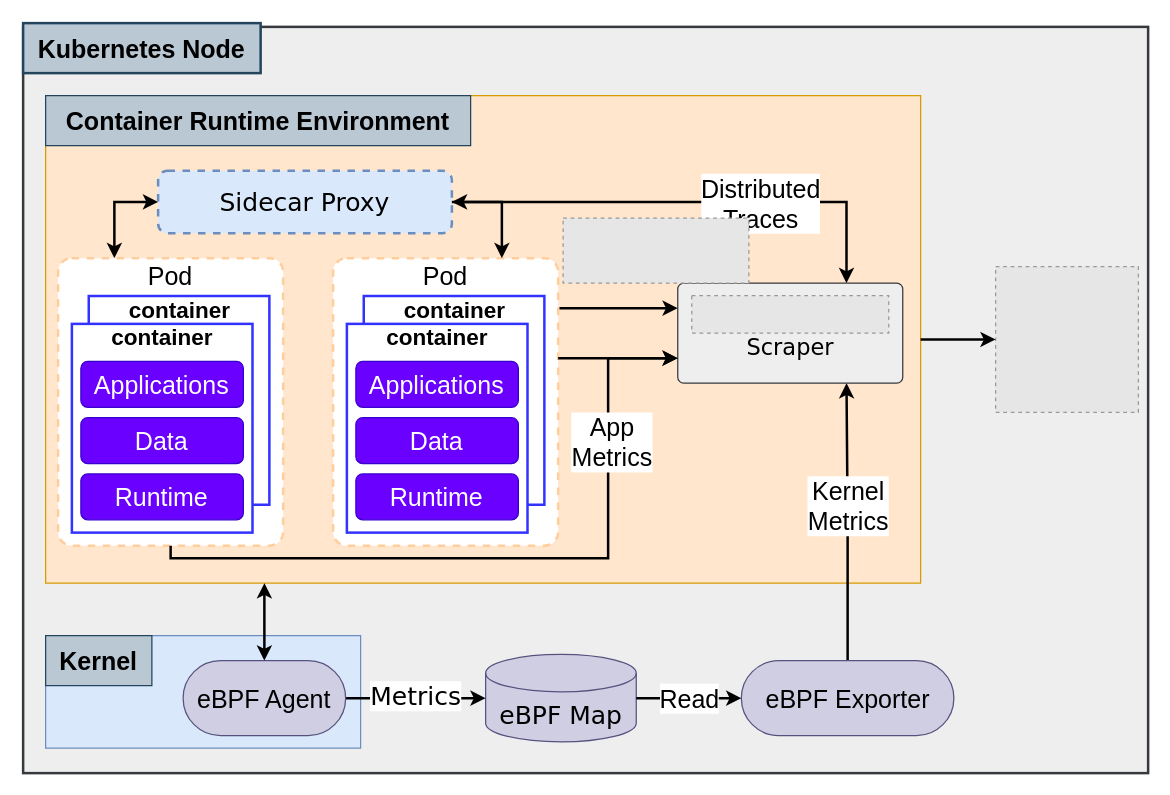
The draw.io diagram eBPF1_2023_IEEE_Globecom.drawio in deepaknadig/draw.io, before the edit. Source tidied: cells renumbered, new cells numbered last; positions are measured from the earlier drawing's top-left corner, leaving out a move shared by most shapes. Both pictures are drawn from the tidied source at 125%, with x=0, y=0 at pixel (22, 22). Pictures stored in the file or linked from it are replaced by grey dashed boxes.
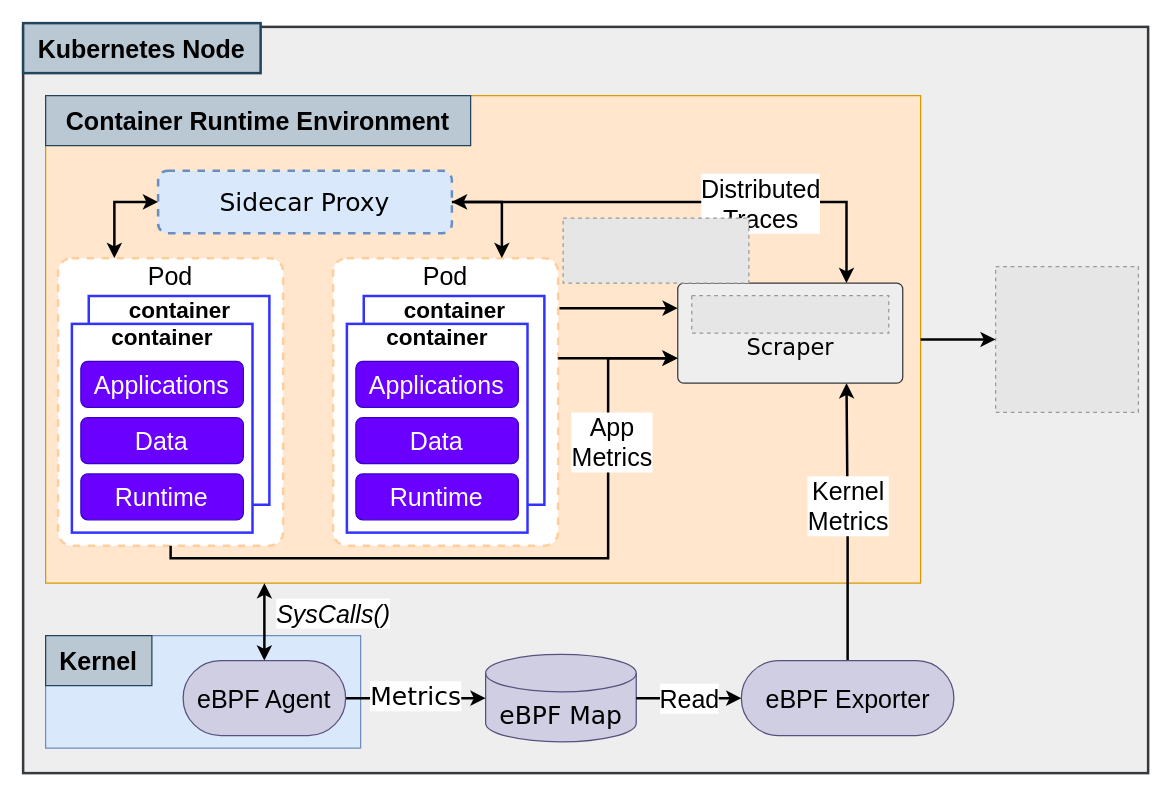
The same page after the edit.

Unchanged cells that the change refers to:
```xml
<mxCell id="46" style="edgeStyle=orthogonalEdgeStyle;rounded=0;jettySize=auto;html=1;exitX=0.5;exitY=0;exitDx=0;exitDy=0;entryX=0.25;entryY=1;entryDx=0;entryDy=0;strokeWidth=2;startArrow=classic;startFill=1;" parent="2" edge="1" source="15" target="4">
  <mxGeometry relative="1" as="geometry" />
</mxCell>
```

The edit, as a diff of the source:
```diff
@@
+    <mxCell id="48" value="&lt;i&gt;&lt;font style=&quot;font-size: 20px;&quot;&gt;SysCalls()&lt;/font&gt;&lt;/i&gt;" style="edgeLabel;html=1;align=center;verticalAlign=middle;" parent="46" vertex="1">
+      <mxGeometry x="0.02" y="-1" relative="1" as="geometry">
+        <mxPoint x="54" y="-7" as="offset" />
+      </mxGeometry>
+    </mxCell>
```
